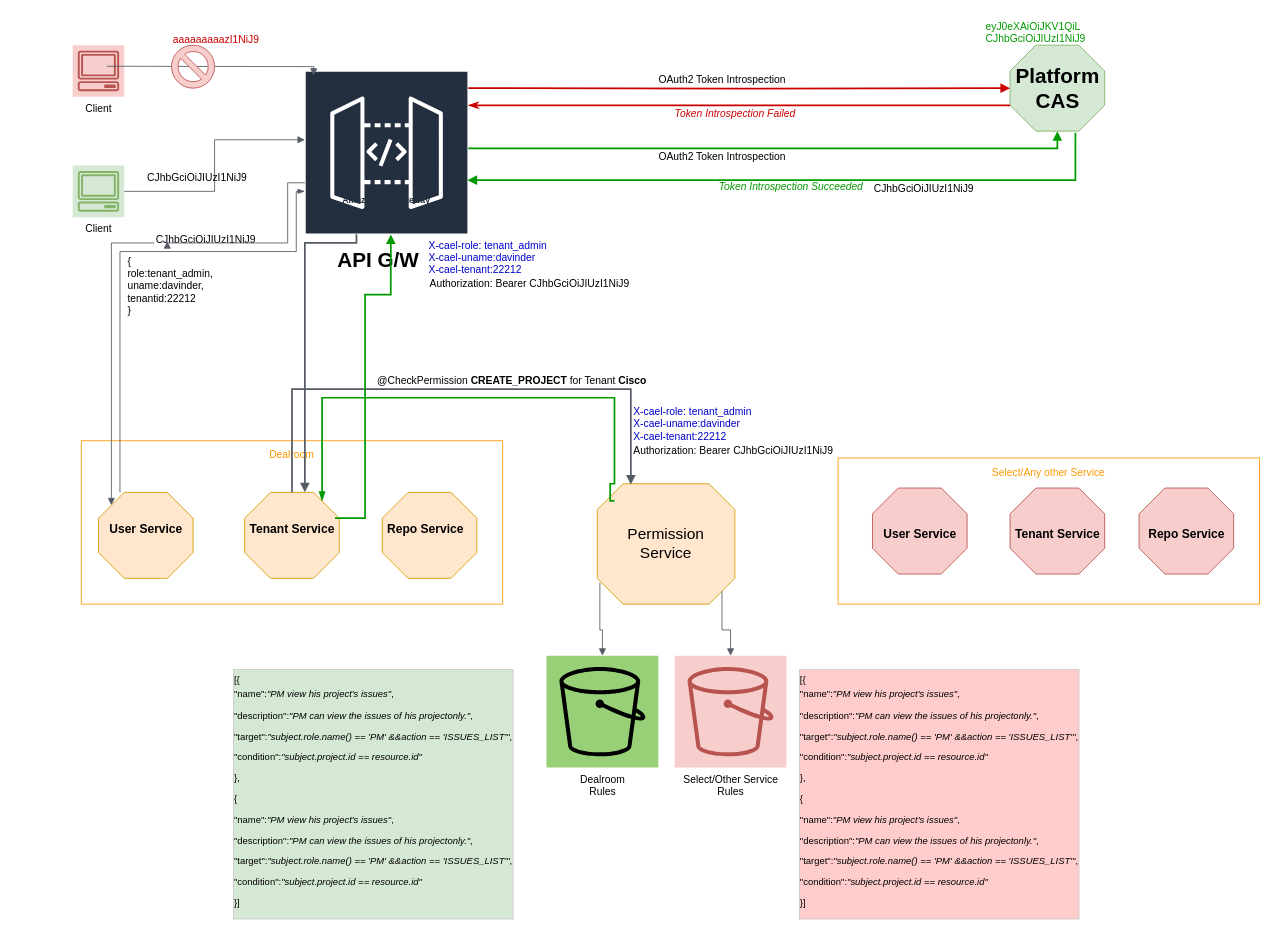
This is Untitled Diagram.drawio from davinderrai/documents, a draw.io file, before an edit. Source tidied: cells renumbered, new cells numbered last; positions are measured from the earlier drawing's top-left corner, leaving out a move shared by most shapes. Both pictures are drawn from the tidied source at 86%, with x=0, y=0 at pixel (14, 15).
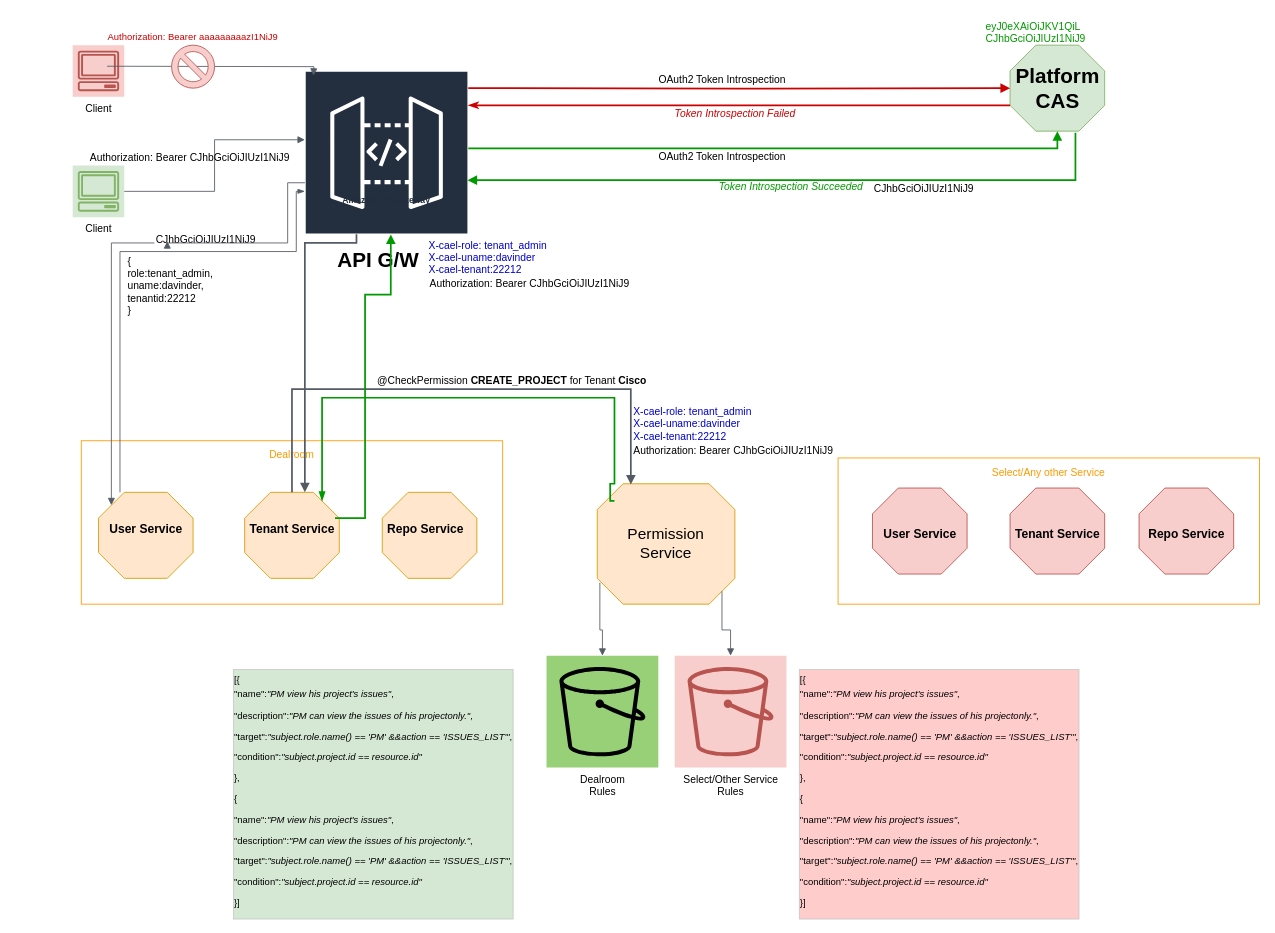
The same diagram, later.

What changed in the source:
```diff
@@
-    <mxCell id="44" value="CJhbGciOiJIUzI1NiJ9" style="text;html=1;" parent="1" vertex="1">
-      <mxGeometry x="153" y="175" width="140" height="30" as="geometry" />
-    </mxCell>
-    <mxCell id="45" value="&lt;font color=&quot;#cc0000&quot;&gt;aaaaaaaaazI1NiJ9&lt;/font&gt;" style="text;html=1;" parent="1" vertex="1">
-      <mxGeometry x="183" y="15" width="140" height="30" as="geometry" />
-    </mxCell>
@@
+    <mxCell id="60" style="group;" parent="1" vertex="1">
+      <mxGeometry x="78" y="156.5" width="245" height="20" as="geometry" />
+    </mxCell>
+    <mxCell id="61" value="&lt;div style=&quot;text-align: left&quot;&gt;&lt;span&gt;Authorization: Bearer&amp;nbsp;&lt;/span&gt;&lt;span&gt;CJhbGciOiJIUzI1NiJ9&lt;/span&gt;&lt;/div&gt;&lt;span&gt;&lt;div style=&quot;text-align: left&quot;&gt;&lt;br&gt;&lt;/div&gt;&lt;/span&gt;" style="text;html=1;strokeColor=none;fillColor=none;align=center;verticalAlign=middle;whiteSpace=wrap;rounded=0;" parent="60" vertex="1">
+      <mxGeometry x="7.9" y="13.2" width="237.1" height="6.8" as="geometry" />
+    </mxCell>
+    <mxCell id="62" value="Authorization: Bearer aaaaaaaaazI1NiJ9" style="text;html=1;strokeColor=none;fillColor=none;align=center;verticalAlign=middle;whiteSpace=wrap;rounded=0;labelBackgroundColor=none;fontSize=11;fontColor=#CC0000;" parent="1" vertex="1">
+      <mxGeometry x="78" y="15" width="260" height="20" as="geometry" />
+    </mxCell>
```
